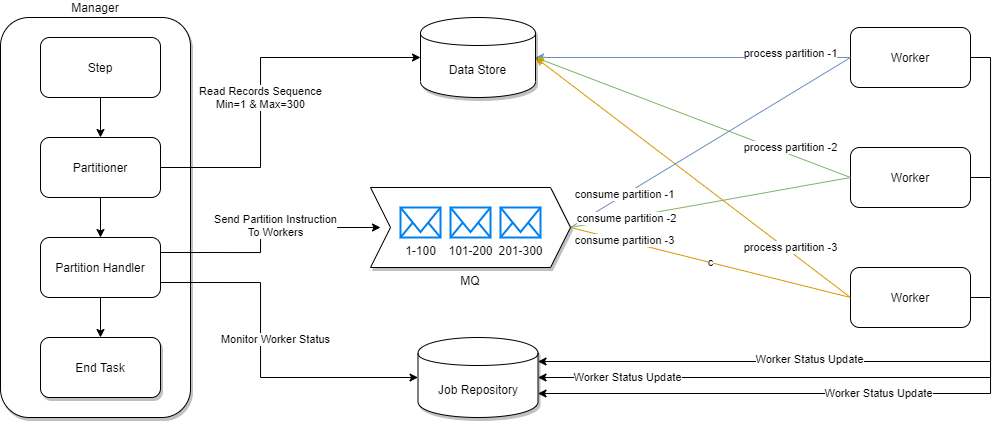
This is spring-batch-parallel-processing.png from selva-dharmaraj/draw, a draw.io export, as it was before one commit. Source tidied: cells renumbered, new cells last; positions are measured from the earlier drawing's top-left corner, leaving out a move shared by most shapes.
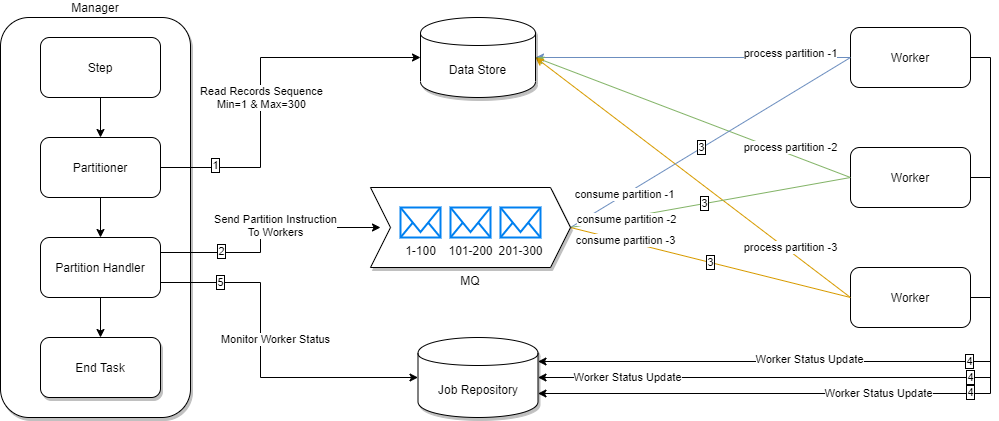
Above is the later version.

What changed in the source:
```diff
@@ -11,6 +11,9 @@
     <mxCell id="4" value="Worker Status Update" style="edgeLabel;html=1;align=center;verticalAlign=middle;labelBorderColor=none;" parent="3" vertex="1">
       <mxGeometry x="0.3" y="-2" relative="1" as="geometry" />
     </mxCell>
+    <mxCell id="43" value="4" style="edgeLabel;html=1;align=center;verticalAlign=middle;labelBorderColor=#000000;" parent="3" vertex="1">
+      <mxGeometry x="-0.11" relative="1" as="geometry" />
+    </mxCell>
     <mxCell id="5" style="edgeStyle=none;rounded=0;comic=0;jettySize=auto;html=1;entryX=1;entryY=0.5;entryDx=0;entryDy=0;startArrow=none;startFill=0;endArrow=classic;endFill=1;fillColor=#dae8fc;strokeColor=#6c8ebf;labelBorderColor=none;" parent="1" edge="1" source="7" target="38">
       <mxGeometry relative="1" as="geometry" />
     </mxCell>
@@ -28,6 +31,9 @@
     <mxCell id="9" value="Worker Status Update" style="edgeLabel;html=1;align=center;verticalAlign=middle;labelBorderColor=none;" parent="8" vertex="1">
       <mxGeometry x="0.01" relative="1" as="geometry" />
     </mxCell>
+    <mxCell id="44" value="4" style="edgeLabel;html=1;align=center;verticalAlign=middle;labelBorderColor=#000000;" parent="8" vertex="1">
+      <mxGeometry x="-0.25" y="-1" relative="1" as="geometry" />
+    </mxCell>
     <mxCell id="10" style="edgeStyle=none;rounded=0;comic=0;jettySize=auto;html=1;entryX=1;entryY=0.5;entryDx=0;entryDy=0;startArrow=none;startFill=0;endArrow=classic;endFill=1;exitX=0;exitY=0.5;exitDx=0;exitDy=0;fillColor=#d5e8d4;strokeColor=#82b366;labelBorderColor=none;" parent="1" edge="1" source="12" target="38">
       <mxGeometry relative="1" as="geometry" />
     </mxCell>
@@ -45,6 +51,9 @@
     <mxCell id="14" value="Worker Status Update" style="edgeLabel;html=1;align=center;verticalAlign=middle;labelBorderColor=none;" parent="13" vertex="1">
       <mxGeometry x="0.68" relative="1" as="geometry" />
     </mxCell>
+    <mxCell id="45" value="4" style="edgeLabel;html=1;align=center;verticalAlign=middle;labelBorderColor=#000000;" parent="13" vertex="1">
+      <mxGeometry x="-0.56" relative="1" as="geometry" />
+    </mxCell>
     <mxCell id="15" style="edgeStyle=none;rounded=0;comic=0;jettySize=auto;html=1;entryX=1;entryY=0.5;entryDx=0;entryDy=0;startArrow=none;startFill=0;endArrow=classic;endFill=1;exitX=0;exitY=0.5;exitDx=0;exitDy=0;fillColor=#ffe6cc;strokeColor=#d79b00;labelBorderColor=none;" parent="1" edge="1" source="17" target="38">
       <mxGeometry relative="1" as="geometry" />
     </mxCell>
@@ -78,6 +87,9 @@
         <mxPoint x="-65.4" y="40" as="offset" />
       </mxGeometry>
     </mxCell>
+    <mxCell id="46" value="1" style="edgeLabel;html=1;align=center;verticalAlign=middle;labelBorderColor=#000000;" parent="21" vertex="1">
+      <mxGeometry x="-0.7" y="2" relative="1" as="geometry" />
+    </mxCell>
     <mxCell id="23" value="Partitioner" style="rounded=1;whiteSpace=wrap;html=1;labelBorderColor=none;" parent="1" vertex="1">
       <mxGeometry x="40" y="120" width="120" height="60" as="geometry" />
     </mxCell>
@@ -94,6 +106,9 @@
         <mxPoint x="14" y="-26" as="offset" />
       </mxGeometry>
     </mxCell>
+    <mxCell id="47" value="2" style="edgeLabel;html=1;align=center;verticalAlign=middle;labelBorderColor=#000000;" parent="24" vertex="1">
+      <mxGeometry x="-0.51" y="1" relative="1" as="geometry" />
+    </mxCell>
     <mxCell id="26" style="edgeStyle=orthogonalEdgeStyle;rounded=0;comic=0;jettySize=auto;html=1;labelBorderColor=none;" parent="1" edge="1" source="29" target="37">
       <mxGeometry relative="1" as="geometry" />
     </mxCell>
@@ -110,6 +125,9 @@
         <mxPoint x="9.4" y="-15" as="offset" />
       </mxGeometry>
     </mxCell>
+    <mxCell id="48" value="5" style="edgeLabel;html=1;align=center;verticalAlign=middle;labelBorderColor=#000000;" parent="27" vertex="1">
+      <mxGeometry x="-0.66" relative="1" as="geometry" />
+    </mxCell>
     <mxCell id="29" value="Partition Handler" style="rounded=1;whiteSpace=wrap;html=1;labelBorderColor=none;" parent="1" vertex="1">
       <mxGeometry x="40" y="220" width="120" height="60" as="geometry" />
     </mxCell>
@@ -119,13 +137,19 @@
     <mxCell id="31" value="consume partition -1" style="edgeLabel;html=1;align=center;verticalAlign=middle;labelBorderColor=none;" parent="30" vertex="1">
       <mxGeometry x="-0.61" y="1" relative="1" as="geometry" />
     </mxCell>
+    <mxCell id="49" value="3" style="edgeLabel;html=1;align=center;verticalAlign=middle;labelBorderColor=#000000;" parent="30" vertex="1">
+      <mxGeometry x="-0.07" y="1" relative="1" as="geometry" />
+    </mxCell>
     <mxCell id="32" style="rounded=0;comic=0;jettySize=auto;html=1;entryX=0;entryY=0.5;entryDx=0;entryDy=0;exitX=1;exitY=0.5;exitDx=0;exitDy=0;endArrow=none;endFill=0;startArrow=none;startFill=0;fillColor=#d5e8d4;strokeColor=#82b366;labelBorderColor=none;" parent="1" edge="1" source="39" target="12">
       <mxGeometry relative="1" as="geometry" />
     </mxCell>
     <mxCell id="33" value="consume partition -2" style="edgeLabel;html=1;align=center;verticalAlign=middle;labelBorderColor=none;" parent="32" vertex="1">
       <mxGeometry x="-0.61" y="-1" relative="1" as="geometry" />
     </mxCell>
+    <mxCell id="50" value="3" style="edgeLabel;html=1;align=center;verticalAlign=middle;labelBorderColor=#000000;" parent="32" vertex="1">
+      <mxGeometry x="-0.04" y="1" relative="1" as="geometry" />
+    </mxCell>
-    <mxCell id="34" value="c" style="rounded=0;comic=0;jettySize=auto;html=1;entryX=0;entryY=0.5;entryDx=0;entryDy=0;exitX=1;exitY=0.5;exitDx=0;exitDy=0;endArrow=none;endFill=0;startArrow=none;startFill=0;fillColor=#ffe6cc;strokeColor=#d79b00;labelBorderColor=none;" parent="1" edge="1" source="39" target="17">
+    <mxCell id="34" value="3" style="rounded=0;comic=0;jettySize=auto;html=1;entryX=0;entryY=0.5;entryDx=0;entryDy=0;exitX=1;exitY=0.5;exitDx=0;exitDy=0;endArrow=none;endFill=0;startArrow=none;startFill=0;fillColor=#ffe6cc;strokeColor=#d79b00;labelBorderColor=#000000;" parent="1" edge="1" source="39" target="17">
       <mxGeometry relative="1" as="geometry" />
     </mxCell>
     <mxCell id="35" value="consume partition -3" style="edgeLabel;html=1;align=center;verticalAlign=middle;labelBorderColor=none;" parent="34" vertex="1">
```
